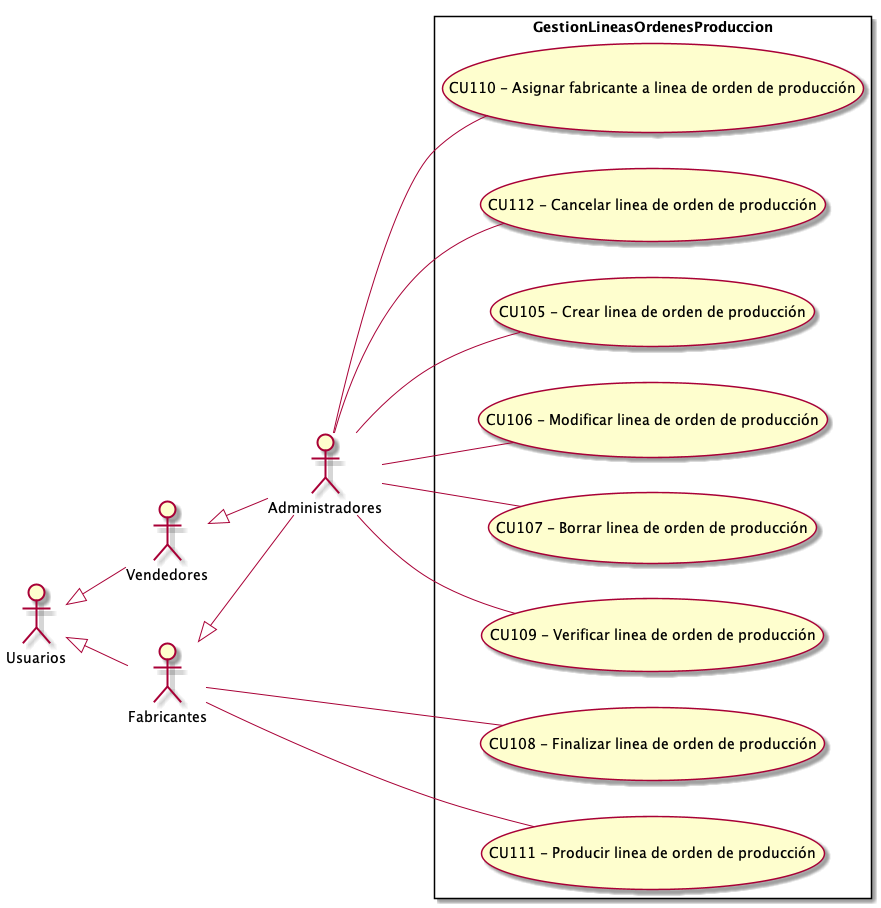
ZMGestion/DocumentacionZMGestion keeps this PlantUML diagram as Informe Final/Imagenes/ModeladoDeCasosDeUso/DiagramaDeCasosDeUso/GestionLineasOrdenesProduccion.png. Above is the earlier version.
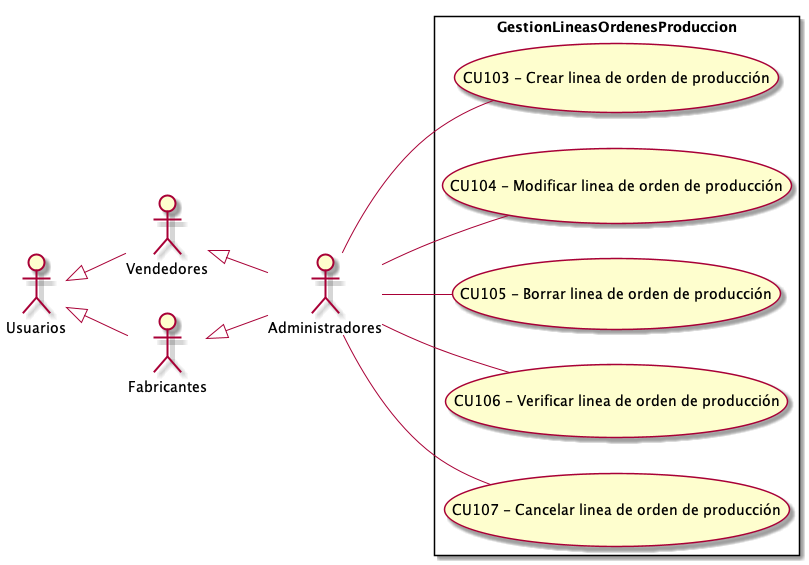
Above is the later version.

The edit, as a diff of the source:
```diff
@@ -13,22 +13,16 @@
  left to right direction
 
 rectangle GestionLineasOrdenesProduccion{
-    UseCase "CU105 - Crear linea de orden de producción" as C
-    UseCase "CU106 - Modificar linea de orden de producción" as M
-    UseCase "CU107 - Borrar linea de orden de producción" as B
-    UseCase "CU108 - Finalizar linea de orden de producción" as Finalizar
-    UseCase "CU109 - Verificar linea de orden de producción" as Verificar
-    UseCase "CU110 - Asignar fabricante a linea de orden de producción" as Asignar
-    UseCase "CU111 - Producir linea de orden de producción" as Producir
-    UseCase "CU112 - Cancelar linea de orden de producción" as Cancelar
+    UseCase "CU103 - Crear linea de orden de producción" as C
+    UseCase "CU104 - Modificar linea de orden de producción" as M
+    UseCase "CU105 - Borrar linea de orden de producción" as B
+    UseCase "CU106 - Verificar linea de orden de producción" as Verificar
+    UseCase "CU107 - Cancelar linea de orden de producción" as Cancelar
 }
     Administradores -- C
     Administradores -- Verificar
     Administradores -- Cancelar
-    Administradores -- Asignar
     Administradores -- B
     Administradores -- M
-    Fabricantes -- Producir
-    Fabricantes -- Finalizar
 
 @enduml
```
